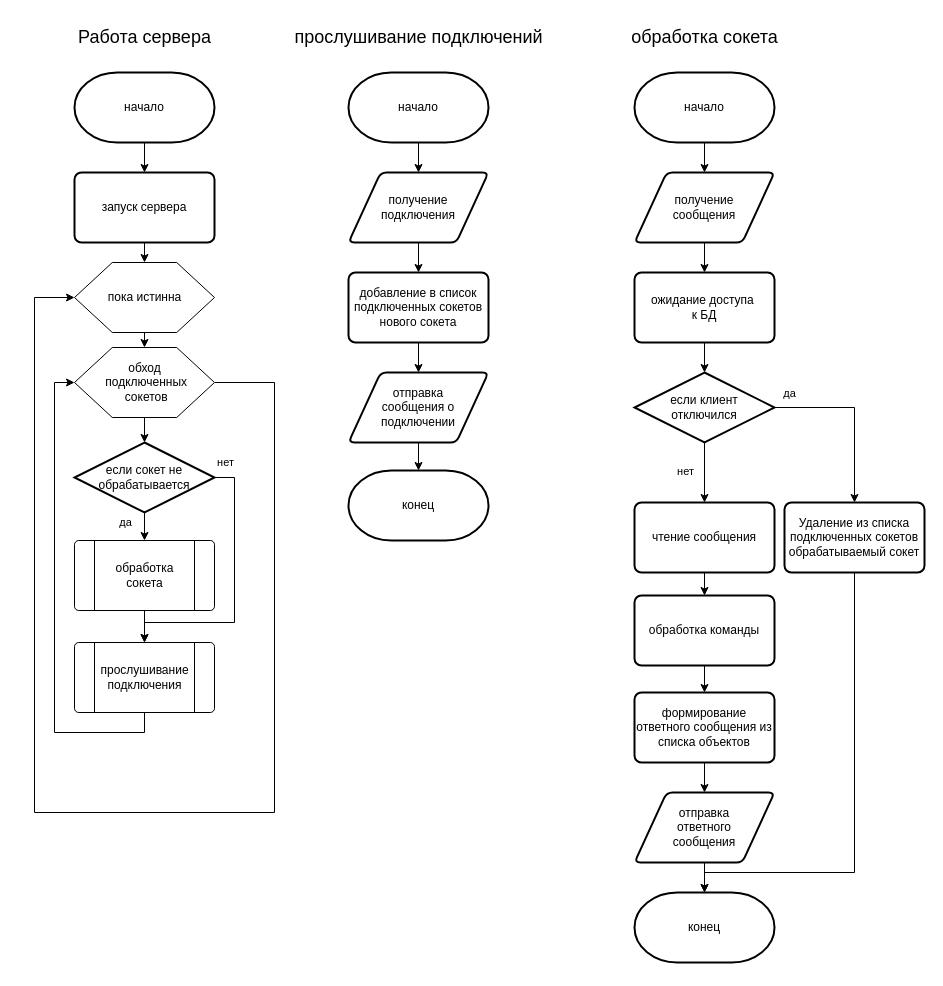
BMSTU2024/kusrwork-seti- keeps this draw.io diagram as блок-схема.drawio. Above is the earlier version. Source tidied: cells renumbered, new cells numbered last; positions are measured from the earlier drawing's top-left corner, leaving out a move shared by most shapes. Both pictures are drawn from the tidied source at 100%, with x=0, y=0 at pixel (34, 17).
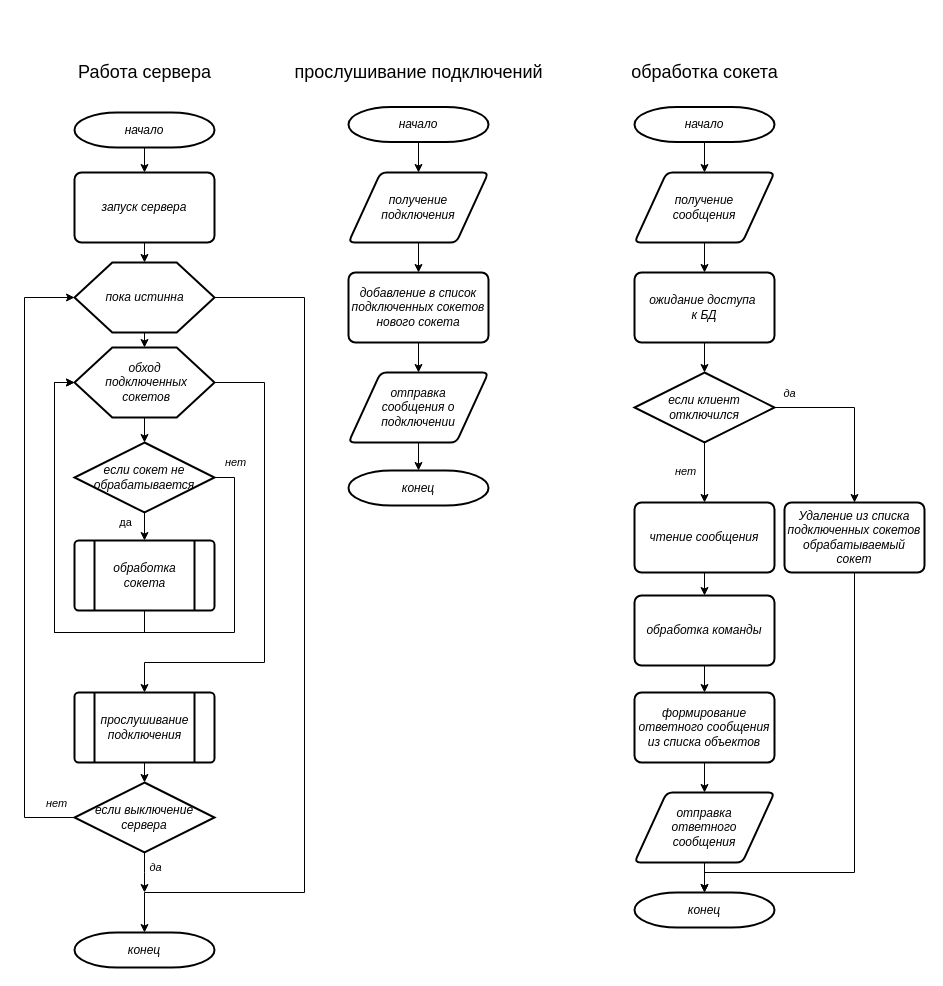
The same diagram, later.

Unchanged cells that the change refers to:
```xml
<mxCell id="42" style="edgeStyle=orthogonalEdgeStyle;rounded=0;jettySize=auto;html=1;exitX=0.5;exitY=1;exitDx=0;exitDy=0;exitPerimeter=0;entryX=0.5;entryY=0;entryDx=0;entryDy=0;" parent="1" edge="1" source="44" target="48">
  <mxGeometry relative="1" as="geometry" />
</mxCell>
```

The edit, as a diff of the source:
```diff
@@
-    <mxCell id="3" value="&lt;div&gt;начало&lt;/div&gt;" style="strokeWidth=2;html=1;shape=mxgraph.flowchart.terminator;whiteSpace=wrap;" parent="1" vertex="1">
-      <mxGeometry x="40" y="55" width="140" height="70" as="geometry" />
+    <mxCell id="3" value="&lt;div&gt;&lt;font face=&quot;Helvetica&quot;&gt;&lt;i&gt;начало&lt;/i&gt;&lt;/font&gt;&lt;/div&gt;" style="strokeWidth=2;html=1;shape=mxgraph.flowchart.terminator;whiteSpace=wrap;rotation=0;" parent="1" vertex="1">
+      <mxGeometry x="40" y="95" width="140" height="35" as="geometry" />
     </mxCell>
@@
-    <mxCell id="5" value="запуск сервера" style="rounded=1;whiteSpace=wrap;html=1;absoluteArcSize=1;arcSize=14;strokeWidth=2;" parent="1" vertex="1">
+    <mxCell id="5" value="&lt;i&gt;запуск сервера&lt;/i&gt;" style="rounded=1;whiteSpace=wrap;html=1;absoluteArcSize=1;arcSize=14;strokeWidth=2;" parent="1" vertex="1">
       <mxGeometry x="40" y="155" width="140" height="70" as="geometry" />
     </mxCell>
@@
-    <mxCell id="7" style="verticalLabelPosition=bottom;verticalAlign=top;html=1;shape=hexagon;perimeter=hexagonPerimeter2;arcSize=6;size=0.27;" parent="1" vertex="1">
+    <mxCell id="7" style="verticalLabelPosition=bottom;verticalAlign=top;html=1;shape=hexagon;perimeter=hexagonPerimeter2;arcSize=6;size=0.27;strokeWidth=2;" parent="1" vertex="1">
       <mxGeometry x="40" y="245" width="140" height="70" as="geometry" />
     </mxCell>
-    <mxCell id="8" value="пока истинна" style="text;html=1;align=center;verticalAlign=middle;strokeColor=none;fillColor=none;" parent="1" vertex="1">
+    <mxCell id="8" value="&lt;i&gt;пока истинна&lt;/i&gt;" style="text;html=1;align=center;verticalAlign=middle;strokeColor=none;fillColor=none;" parent="1" vertex="1">
       <mxGeometry x="60" y="265" width="100" height="30" as="geometry" />
     </mxCell>
-    <mxCell id="9" style="edgeStyle=orthogonalEdgeStyle;rounded=0;jettySize=auto;html=1;exitX=1;exitY=0.5;exitDx=0;exitDy=0;entryX=0;entryY=0.5;entryDx=0;entryDy=0;" parent="1" edge="1" source="10" target="7">
-      <mxGeometry relative="1" as="geometry">
-        <Array as="points">
-          <mxPoint x="240" y="365" />
-          <mxPoint x="240" y="795" />
-          <mxPoint y="795" />
-          <mxPoint y="280" />
-        </Array>
-      </mxGeometry>
-    </mxCell>
+    <mxCell id="58" style="edgeStyle=orthogonalEdgeStyle;rounded=0;jettySize=auto;html=1;exitX=1;exitY=0.5;exitDx=0;exitDy=0;entryX=0.5;entryY=0;entryDx=0;entryDy=0;" parent="1" edge="1" source="10" target="22">
+      <mxGeometry relative="1" as="geometry">
+        <Array as="points">
+          <mxPoint x="230" y="365" />
+          <mxPoint x="230" y="645" />
+          <mxPoint x="110" y="645" />
+        </Array>
+      </mxGeometry>
+    </mxCell>
-    <mxCell id="10" style="verticalLabelPosition=bottom;verticalAlign=top;html=1;shape=hexagon;perimeter=hexagonPerimeter2;arcSize=6;size=0.27;" parent="1" vertex="1">
+    <mxCell id="10" style="verticalLabelPosition=bottom;verticalAlign=top;html=1;shape=hexagon;perimeter=hexagonPerimeter2;arcSize=6;size=0.27;strokeWidth=2;" parent="1" vertex="1">
       <mxGeometry x="40" y="330" width="140" height="70" as="geometry" />
     </mxCell>
-    <mxCell id="11" value="&lt;div&gt;обход&lt;/div&gt;&lt;div&gt;&amp;nbsp;подключенных&lt;/div&gt;&lt;div&gt;&amp;nbsp;сокетов&lt;/div&gt;" style="text;html=1;align=center;verticalAlign=middle;strokeColor=none;fillColor=none;" parent="1" vertex="1">
+    <mxCell id="11" value="&lt;div&gt;&lt;i&gt;обход&lt;/i&gt;&lt;/div&gt;&lt;div&gt;&lt;i&gt;&amp;nbsp;подключенных&lt;/i&gt;&lt;/div&gt;&lt;div&gt;&lt;i&gt;&amp;nbsp;сокетов&lt;/i&gt;&lt;/div&gt;" style="text;html=1;align=center;verticalAlign=middle;strokeColor=none;fillColor=none;" parent="1" vertex="1">
       <mxGeometry x="55" y="335" width="110" height="60" as="geometry" />
     </mxCell>
@@
-    <mxCell id="14" style="edgeStyle=orthogonalEdgeStyle;rounded=0;jettySize=auto;html=1;exitX=1;exitY=0.5;exitDx=0;exitDy=0;exitPerimeter=0;entryX=0.5;entryY=0;entryDx=0;entryDy=0;" parent="1" edge="1" source="16" target="22">
-      <mxGeometry relative="1" as="geometry">
-        <Array as="points">
-          <mxPoint x="200" y="460" />
-          <mxPoint x="200" y="605" />
-          <mxPoint x="110" y="605" />
-        </Array>
-      </mxGeometry>
-    </mxCell>
-    <mxCell id="15" value="нет" style="edgeLabel;html=1;align=center;verticalAlign=middle;" parent="14" vertex="1">
-      <mxGeometry x="-0.67" y="-1" relative="1" as="geometry">
-        <mxPoint x="-9" y="-41" as="offset" />
-      </mxGeometry>
-    </mxCell>
+    <mxCell id="59" style="edgeStyle=orthogonalEdgeStyle;rounded=0;jettySize=auto;html=1;exitX=1;exitY=0.5;exitDx=0;exitDy=0;exitPerimeter=0;entryX=0;entryY=0.5;entryDx=0;entryDy=0;" parent="1" edge="1" source="16" target="10">
+      <mxGeometry relative="1" as="geometry">
+        <Array as="points">
+          <mxPoint x="200" y="460" />
+          <mxPoint x="200" y="615" />
+          <mxPoint x="20" y="615" />
+          <mxPoint x="20" y="365" />
+        </Array>
+      </mxGeometry>
+    </mxCell>
+    <mxCell id="60" value="&lt;i&gt;нет&lt;/i&gt;" style="edgeLabel;html=1;align=center;verticalAlign=middle;" parent="59" vertex="1">
+      <mxGeometry x="-0.74" y="3" relative="1" as="geometry">
+        <mxPoint x="-3" y="-77" as="offset" />
+      </mxGeometry>
+    </mxCell>
-    <mxCell id="16" value="&lt;div&gt;если сокет не обрабатывается&lt;br&gt;&lt;/div&gt;" style="strokeWidth=2;html=1;shape=mxgraph.flowchart.decision;whiteSpace=wrap;" parent="1" vertex="1">
+    <mxCell id="16" value="&lt;div&gt;&lt;i&gt;если сокет не обрабатывается&lt;br&gt;&lt;/i&gt;&lt;/div&gt;" style="strokeWidth=2;html=1;shape=mxgraph.flowchart.decision;whiteSpace=wrap;" parent="1" vertex="1">
       <mxGeometry x="40" y="425" width="140" height="70" as="geometry" />
     </mxCell>
@@
-    <mxCell id="18" style="edgeStyle=orthogonalEdgeStyle;rounded=0;jettySize=auto;html=1;exitX=0.5;exitY=1;exitDx=0;exitDy=0;entryX=0.5;entryY=0;entryDx=0;entryDy=0;" parent="1" edge="1" source="19" target="22">
-      <mxGeometry relative="1" as="geometry" />
-    </mxCell>
+    <mxCell id="61" style="edgeStyle=orthogonalEdgeStyle;rounded=0;jettySize=auto;html=1;exitX=0.5;exitY=1;exitDx=0;exitDy=0;entryX=0;entryY=0.5;entryDx=0;entryDy=0;" parent="1" edge="1" source="19" target="10">
+      <mxGeometry relative="1" as="geometry">
+        <Array as="points">
+          <mxPoint x="110" y="615" />
+          <mxPoint x="20" y="615" />
+          <mxPoint x="20" y="365" />
+        </Array>
+      </mxGeometry>
+    </mxCell>
-    <mxCell id="19" style="verticalLabelPosition=bottom;verticalAlign=top;html=1;shape=process;whiteSpace=wrap;rounded=1;size=0.14;arcSize=6;" parent="1" vertex="1">
+    <mxCell id="19" style="verticalLabelPosition=bottom;verticalAlign=top;html=1;shape=process;whiteSpace=wrap;rounded=1;size=0.14;arcSize=6;strokeWidth=2;" parent="1" vertex="1">
       <mxGeometry x="40" y="523" width="140" height="70" as="geometry" />
     </mxCell>
-    <mxCell id="20" value="&lt;div&gt;обработка&lt;/div&gt;&lt;div&gt;сокета&lt;/div&gt;" style="text;html=1;align=center;verticalAlign=middle;strokeColor=none;fillColor=none;" parent="1" vertex="1">
+    <mxCell id="20" value="&lt;div&gt;&lt;i&gt;обработка&lt;/i&gt;&lt;/div&gt;&lt;div&gt;&lt;i&gt;сокета&lt;/i&gt;&lt;/div&gt;" style="text;html=1;align=center;verticalAlign=middle;strokeColor=none;fillColor=none;" parent="1" vertex="1">
       <mxGeometry x="70" y="538" width="80" height="40" as="geometry" />
     </mxCell>
-    <mxCell id="21" style="edgeStyle=orthogonalEdgeStyle;rounded=0;jettySize=auto;html=1;exitX=0.5;exitY=1;exitDx=0;exitDy=0;entryX=0;entryY=0.5;entryDx=0;entryDy=0;" parent="1" edge="1" source="22" target="10">
-      <mxGeometry relative="1" as="geometry" />
-    </mxCell>
-    <mxCell id="22" style="verticalLabelPosition=bottom;verticalAlign=top;html=1;shape=process;whiteSpace=wrap;rounded=1;size=0.14;arcSize=6;" parent="1" vertex="1">
-      <mxGeometry x="40" y="625" width="140" height="70" as="geometry" />
+    <mxCell id="22" style="verticalLabelPosition=bottom;verticalAlign=top;html=1;shape=process;whiteSpace=wrap;rounded=1;size=0.14;arcSize=6;strokeWidth=2;" parent="1" vertex="1">
+      <mxGeometry x="40" y="675" width="140" height="70" as="geometry" />
     </mxCell>
-    <mxCell id="23" value="&lt;div&gt;прослушивание&lt;/div&gt;&lt;div&gt;подключения&lt;br&gt;&lt;/div&gt;" style="text;html=1;align=center;verticalAlign=middle;strokeColor=none;fillColor=none;" parent="1" vertex="1">
-      <mxGeometry x="55" y="640" width="110" height="40" as="geometry" />
+    <mxCell id="23" value="&lt;div&gt;&lt;i&gt;прослушивание&lt;/i&gt;&lt;/div&gt;&lt;div&gt;&lt;i&gt;подключения&lt;br&gt;&lt;/i&gt;&lt;/div&gt;" style="text;html=1;align=center;verticalAlign=middle;strokeColor=none;fillColor=none;" parent="1" vertex="1">
+      <mxGeometry x="55" y="690" width="110" height="40" as="geometry" />
     </mxCell>
     <mxCell id="24" value="&lt;font style=&quot;font-size: 18px;&quot;&gt;Работа сервера&lt;/font&gt;" style="text;html=1;align=center;verticalAlign=middle;strokeColor=none;fillColor=none;" parent="1" vertex="1">
-      <mxGeometry x="30" width="160" height="40" as="geometry" />
+      <mxGeometry x="30" y="34.5" width="160" height="40" as="geometry" />
     </mxCell>
@@
-    <mxCell id="26" value="&lt;div&gt;начало&lt;/div&gt;" style="strokeWidth=2;html=1;shape=mxgraph.flowchart.terminator;whiteSpace=wrap;" parent="1" vertex="1">
-      <mxGeometry x="314" y="55" width="140" height="70" as="geometry" />
+    <mxCell id="26" value="&lt;div&gt;&lt;i&gt;начало&lt;/i&gt;&lt;/div&gt;" style="strokeWidth=2;html=1;shape=mxgraph.flowchart.terminator;whiteSpace=wrap;rotation=0;" parent="1" vertex="1">
+      <mxGeometry x="314" y="89.5" width="140" height="35" as="geometry" />
     </mxCell>
     <mxCell id="27" value="&lt;font style=&quot;font-size: 18px;&quot;&gt;прослушивание подключений&lt;/font&gt;" style="text;html=1;align=center;verticalAlign=middle;strokeColor=none;fillColor=none;" parent="1" vertex="1">
-      <mxGeometry x="249" width="270" height="40" as="geometry" />
+      <mxGeometry x="249" y="34.5" width="270" height="40" as="geometry" />
     </mxCell>
@@
-    <mxCell id="29" value="&lt;div&gt;получение&lt;/div&gt;&lt;div&gt;подключения&lt;/div&gt;" style="shape=parallelogram;html=1;strokeWidth=2;perimeter=parallelogramPerimeter;whiteSpace=wrap;rounded=1;arcSize=12;size=0.23;" parent="1" vertex="1">
+    <mxCell id="29" value="&lt;div&gt;&lt;i&gt;получение&lt;/i&gt;&lt;/div&gt;&lt;div&gt;&lt;i&gt;подключения&lt;/i&gt;&lt;/div&gt;" style="shape=parallelogram;html=1;strokeWidth=2;perimeter=parallelogramPerimeter;whiteSpace=wrap;rounded=1;arcSize=12;size=0.23;" parent="1" vertex="1">
       <mxGeometry x="314" y="155" width="140" height="70" as="geometry" />
     </mxCell>
@@
-    <mxCell id="31" value="&lt;div&gt;добавление в список&lt;/div&gt;&lt;div&gt;подключенных сокетов&lt;/div&gt;&lt;div&gt;нового сокета&lt;br&gt;&lt;/div&gt;" style="rounded=1;whiteSpace=wrap;html=1;absoluteArcSize=1;arcSize=14;strokeWidth=2;" parent="1" vertex="1">
+    <mxCell id="31" value="&lt;div&gt;&lt;i&gt;добавление в список&lt;/i&gt;&lt;/div&gt;&lt;div&gt;&lt;i&gt;подключенных сокетов&lt;/i&gt;&lt;/div&gt;&lt;div&gt;&lt;i&gt;нового сокета&lt;br&gt;&lt;/i&gt;&lt;/div&gt;" style="rounded=1;whiteSpace=wrap;html=1;absoluteArcSize=1;arcSize=14;strokeWidth=2;" parent="1" vertex="1">
       <mxGeometry x="314" y="255" width="140" height="70" as="geometry" />
     </mxCell>
-    <mxCell id="32" value="&lt;div&gt;отправка&lt;/div&gt;&lt;div&gt;сообщения о&lt;/div&gt;&lt;div&gt;подключении&lt;br&gt;&lt;/div&gt;" style="shape=parallelogram;html=1;strokeWidth=2;perimeter=parallelogramPerimeter;whiteSpace=wrap;rounded=1;arcSize=12;size=0.23;" parent="1" vertex="1">
+    <mxCell id="32" value="&lt;div&gt;&lt;i&gt;отправка&lt;/i&gt;&lt;/div&gt;&lt;div&gt;&lt;i&gt;сообщения о&lt;/i&gt;&lt;/div&gt;&lt;div&gt;&lt;i&gt;подключении&lt;br&gt;&lt;/i&gt;&lt;/div&gt;" style="shape=parallelogram;html=1;strokeWidth=2;perimeter=parallelogramPerimeter;whiteSpace=wrap;rounded=1;arcSize=12;size=0.23;" parent="1" vertex="1">
       <mxGeometry x="314" y="355" width="140" height="70" as="geometry" />
     </mxCell>
-    <mxCell id="33" value="конец" style="strokeWidth=2;html=1;shape=mxgraph.flowchart.terminator;whiteSpace=wrap;" parent="1" vertex="1">
-      <mxGeometry x="314" y="453" width="140" height="70" as="geometry" />
+    <mxCell id="33" value="&lt;i&gt;конец&lt;/i&gt;" style="strokeWidth=2;html=1;shape=mxgraph.flowchart.terminator;whiteSpace=wrap;rotation=0;" parent="1" vertex="1">
+      <mxGeometry x="314" y="453" width="140" height="35" as="geometry" />
     </mxCell>
@@
-    <mxCell id="36" value="&lt;div&gt;начало&lt;/div&gt;" style="strokeWidth=2;html=1;shape=mxgraph.flowchart.terminator;whiteSpace=wrap;" parent="1" vertex="1">
-      <mxGeometry x="600" y="55" width="140" height="70" as="geometry" />
+    <mxCell id="36" value="&lt;div&gt;&lt;i&gt;начало&lt;/i&gt;&lt;/div&gt;" style="strokeWidth=2;html=1;shape=mxgraph.flowchart.terminator;whiteSpace=wrap;rotation=0;" parent="1" vertex="1">
+      <mxGeometry x="600" y="89.5" width="140" height="35" as="geometry" />
     </mxCell>
@@
-    <mxCell id="38" value="&lt;div&gt;получение&lt;/div&gt;&lt;div&gt;сообщения&lt;br&gt;&lt;/div&gt;" style="shape=parallelogram;html=1;strokeWidth=2;perimeter=parallelogramPerimeter;whiteSpace=wrap;rounded=1;arcSize=12;size=0.23;" parent="1" vertex="1">
+    <mxCell id="38" value="&lt;div&gt;&lt;i&gt;получение&lt;/i&gt;&lt;/div&gt;&lt;div&gt;&lt;i&gt;сообщения&lt;br&gt;&lt;/i&gt;&lt;/div&gt;" style="shape=parallelogram;html=1;strokeWidth=2;perimeter=parallelogramPerimeter;whiteSpace=wrap;rounded=1;arcSize=12;size=0.23;" parent="1" vertex="1">
       <mxGeometry x="600" y="155" width="140" height="70" as="geometry" />
     </mxCell>
-    <mxCell id="39" value="&lt;div&gt;ожидание доступа&amp;nbsp;&lt;/div&gt;&lt;div&gt;к БД&lt;/div&gt;" style="rounded=1;whiteSpace=wrap;html=1;absoluteArcSize=1;arcSize=14;strokeWidth=2;" parent="1" vertex="1">
+    <mxCell id="39" value="&lt;div&gt;&lt;i&gt;ожидание доступа&amp;nbsp;&lt;/i&gt;&lt;/div&gt;&lt;div&gt;&lt;i&gt;к БД&lt;/i&gt;&lt;/div&gt;" style="rounded=1;whiteSpace=wrap;html=1;absoluteArcSize=1;arcSize=14;strokeWidth=2;" parent="1" vertex="1">
       <mxGeometry x="600" y="255" width="140" height="70" as="geometry" />
     </mxCell>
-    <mxCell id="40" style="edgeStyle=orthogonalEdgeStyle;rounded=0;jettySize=auto;html=1;exitX=1;exitY=0.5;exitDx=0;exitDy=0;exitPerimeter=0;entryX=0.5;entryY=0;entryDx=0;entryDy=0;" parent="1" edge="1" source="44" target="45">
-      <mxGeometry relative="1" as="geometry" />
-    </mxCell>
-    <mxCell id="41" value="да" style="edgeLabel;html=1;align=center;verticalAlign=middle;" parent="40" vertex="1">
-      <mxGeometry x="-0.84" relative="1" as="geometry">
-        <mxPoint y="-15" as="offset" />
-      </mxGeometry>
-    </mxCell>
@@
-    <mxCell id="43" value="&lt;div&gt;нет&lt;/div&gt;" style="edgeLabel;html=1;align=center;verticalAlign=middle;" parent="42" vertex="1">
+    <mxCell id="43" value="&lt;div&gt;&lt;i&gt;нет&lt;/i&gt;&lt;/div&gt;" style="edgeLabel;html=1;align=center;verticalAlign=middle;" parent="42" vertex="1">
       <mxGeometry x="-0.13" relative="1" as="geometry">
         <mxPoint x="-20" y="2" as="offset" />
       </mxGeometry>
     </mxCell>
-    <mxCell id="44" value="&lt;div&gt;если клиент&lt;/div&gt;&lt;div&gt;отключился&lt;/div&gt;" style="strokeWidth=2;html=1;shape=mxgraph.flowchart.decision;whiteSpace=wrap;" parent="1" vertex="1">
+    <mxCell id="44" value="&lt;div&gt;&lt;i&gt;если клиент&lt;/i&gt;&lt;/div&gt;&lt;div&gt;&lt;i&gt;отключился&lt;/i&gt;&lt;/div&gt;" style="strokeWidth=2;html=1;shape=mxgraph.flowchart.decision;whiteSpace=wrap;" parent="1" vertex="1">
       <mxGeometry x="600" y="355" width="140" height="70" as="geometry" />
     </mxCell>
-    <mxCell id="45" value="&lt;div&gt;Удаление из списка&lt;/div&gt;&lt;div&gt;подключенных сокетов&lt;/div&gt;&lt;div&gt;обрабатываемый сокет&lt;br&gt;&lt;/div&gt;" style="rounded=1;whiteSpace=wrap;html=1;absoluteArcSize=1;arcSize=14;strokeWidth=2;" parent="1" vertex="1">
+    <mxCell id="45" value="&lt;div&gt;&lt;i&gt;Удаление из списка&lt;/i&gt;&lt;/div&gt;&lt;div&gt;&lt;i&gt;подключенных сокетов&lt;/i&gt;&lt;/div&gt;&lt;div&gt;&lt;i&gt;обрабатываемый сокет&lt;br&gt;&lt;/i&gt;&lt;/div&gt;" style="rounded=1;whiteSpace=wrap;html=1;absoluteArcSize=1;arcSize=14;strokeWidth=2;" parent="1" vertex="1">
       <mxGeometry x="750" y="485" width="140" height="70" as="geometry" />
     </mxCell>
@@
-    <mxCell id="48" value="чтение сообщения" style="rounded=1;whiteSpace=wrap;html=1;absoluteArcSize=1;arcSize=14;strokeWidth=2;" parent="1" vertex="1">
+    <mxCell id="48" value="&lt;i&gt;чтение сообщения&lt;/i&gt;" style="rounded=1;whiteSpace=wrap;html=1;absoluteArcSize=1;arcSize=14;strokeWidth=2;" parent="1" vertex="1">
       <mxGeometry x="600" y="485" width="140" height="70" as="geometry" />
     </mxCell>
@@
-    <mxCell id="50" value="обработка команды" style="rounded=1;whiteSpace=wrap;html=1;absoluteArcSize=1;arcSize=14;strokeWidth=2;" parent="1" vertex="1">
+    <mxCell id="50" value="&lt;i&gt;обработка команды&lt;/i&gt;" style="rounded=1;whiteSpace=wrap;html=1;absoluteArcSize=1;arcSize=14;strokeWidth=2;" parent="1" vertex="1">
       <mxGeometry x="600" y="578" width="140" height="70" as="geometry" />
     </mxCell>
@@
-    <mxCell id="52" value="формирование ответного сообщения из списка объектов" style="rounded=1;whiteSpace=wrap;html=1;absoluteArcSize=1;arcSize=14;strokeWidth=2;" parent="1" vertex="1">
+    <mxCell id="52" value="&lt;i&gt;формирование ответного сообщения из списка объектов&lt;/i&gt;" style="rounded=1;whiteSpace=wrap;html=1;absoluteArcSize=1;arcSize=14;strokeWidth=2;" parent="1" vertex="1">
       <mxGeometry x="600" y="675" width="140" height="70" as="geometry" />
     </mxCell>
-    <mxCell id="53" value="&lt;div&gt;отправка&lt;/div&gt;&lt;div&gt;ответного&lt;/div&gt;&lt;div&gt;сообщения&lt;br&gt;&lt;/div&gt;" style="shape=parallelogram;html=1;strokeWidth=2;perimeter=parallelogramPerimeter;whiteSpace=wrap;rounded=1;arcSize=12;size=0.23;" parent="1" vertex="1">
+    <mxCell id="53" value="&lt;div&gt;&lt;i&gt;отправка&lt;/i&gt;&lt;/div&gt;&lt;div&gt;&lt;i&gt;ответного&lt;/i&gt;&lt;/div&gt;&lt;div&gt;&lt;i&gt;сообщения&lt;br&gt;&lt;/i&gt;&lt;/div&gt;" style="shape=parallelogram;html=1;strokeWidth=2;perimeter=parallelogramPerimeter;whiteSpace=wrap;rounded=1;arcSize=12;size=0.23;" parent="1" vertex="1">
       <mxGeometry x="600" y="775" width="140" height="70" as="geometry" />
     </mxCell>
-    <mxCell id="54" value="конец" style="strokeWidth=2;html=1;shape=mxgraph.flowchart.terminator;whiteSpace=wrap;" parent="1" vertex="1">
-      <mxGeometry x="600" y="875" width="140" height="70" as="geometry" />
+    <mxCell id="54" value="&lt;i&gt;конец&lt;/i&gt;" style="strokeWidth=2;html=1;shape=mxgraph.flowchart.terminator;whiteSpace=wrap;rotation=0;" parent="1" vertex="1">
+      <mxGeometry x="600" y="875" width="140" height="35" as="geometry" />
     </mxCell>
@@
     <mxCell id="57" value="&lt;font style=&quot;font-size: 18px;&quot;&gt;обработка сокета&lt;/font&gt;" style="text;html=1;align=center;verticalAlign=middle;strokeColor=none;fillColor=none;" parent="1" vertex="1">
-      <mxGeometry x="585" width="170" height="40" as="geometry" />
+      <mxGeometry x="585" y="34.5" width="170" height="40" as="geometry" />
     </mxCell>
+    <mxCell id="40" style="edgeStyle=orthogonalEdgeStyle;rounded=0;jettySize=auto;html=1;exitX=1;exitY=0.5;exitDx=0;exitDy=0;exitPerimeter=0;entryX=0.5;entryY=0;entryDx=0;entryDy=0;" parent="1" edge="1" source="44" target="45">
+      <mxGeometry relative="1" as="geometry" />
+    </mxCell>
+    <mxCell id="41" value="&lt;i&gt;да&lt;/i&gt;" style="edgeLabel;html=1;align=center;verticalAlign=middle;" parent="40" vertex="1">
+      <mxGeometry x="-0.84" relative="1" as="geometry">
+        <mxPoint y="-15" as="offset" />
+      </mxGeometry>
+    </mxCell>
+    <mxCell id="62" value="&lt;i&gt;конец&lt;/i&gt;" style="strokeWidth=2;html=1;shape=mxgraph.flowchart.terminator;whiteSpace=wrap;rotation=0;" parent="1" vertex="1">
+      <mxGeometry x="40" y="915" width="140" height="35" as="geometry" />
+    </mxCell>
+    <mxCell id="63" style="edgeStyle=orthogonalEdgeStyle;rounded=0;jettySize=auto;html=1;exitX=0;exitY=0.5;exitDx=0;exitDy=0;exitPerimeter=0;entryX=0;entryY=0.5;entryDx=0;entryDy=0;" parent="1" edge="1" source="67" target="7">
+      <mxGeometry relative="1" as="geometry">
+        <Array as="points">
+          <mxPoint x="-10" y="800" />
+          <mxPoint x="-10" y="280" />
+        </Array>
+      </mxGeometry>
+    </mxCell>
+    <mxCell id="64" value="&lt;i&gt;нет&lt;/i&gt;" style="edgeLabel;html=1;align=center;verticalAlign=middle;" parent="63" vertex="1">
+      <mxGeometry x="-0.94" y="-5" relative="1" as="geometry">
+        <mxPoint y="-10" as="offset" />
+      </mxGeometry>
+    </mxCell>
+    <mxCell id="65" style="edgeStyle=orthogonalEdgeStyle;rounded=0;jettySize=auto;html=1;exitX=0.5;exitY=1;exitDx=0;exitDy=0;exitPerimeter=0;" parent="1" edge="1" source="67">
+      <mxGeometry relative="1" as="geometry">
+        <mxPoint x="110" y="875" as="targetPoint" />
+      </mxGeometry>
+    </mxCell>
+    <mxCell id="66" value="&lt;i&gt;да&lt;/i&gt;" style="edgeLabel;html=1;align=center;verticalAlign=middle;" parent="65" vertex="1">
+      <mxGeometry x="-0.32" relative="1" as="geometry">
+        <mxPoint x="10" as="offset" />
+      </mxGeometry>
+    </mxCell>
+    <mxCell id="67" value="&lt;div&gt;&lt;i&gt;если выключение&lt;/i&gt;&lt;/div&gt;&lt;div&gt;&lt;i&gt;сервера&lt;br&gt;&lt;/i&gt;&lt;/div&gt;" style="strokeWidth=2;html=1;shape=mxgraph.flowchart.decision;whiteSpace=wrap;" parent="1" vertex="1">
+      <mxGeometry x="40" y="765" width="140" height="70" as="geometry" />
+    </mxCell>
+    <mxCell id="68" style="edgeStyle=orthogonalEdgeStyle;rounded=0;jettySize=auto;html=1;exitX=0.5;exitY=1;exitDx=0;exitDy=0;entryX=0.5;entryY=0;entryDx=0;entryDy=0;entryPerimeter=0;" parent="1" edge="1" source="22" target="67">
+      <mxGeometry relative="1" as="geometry" />
+    </mxCell>
+    <mxCell id="69" style="edgeStyle=orthogonalEdgeStyle;rounded=0;jettySize=auto;html=1;exitX=1;exitY=0.5;exitDx=0;exitDy=0;entryX=0.5;entryY=0;entryDx=0;entryDy=0;entryPerimeter=0;" parent="1" edge="1" source="7" target="62">
+      <mxGeometry relative="1" as="geometry">
+        <Array as="points">
+          <mxPoint x="270" y="280" />
+          <mxPoint x="270" y="875" />
+          <mxPoint x="110" y="875" />
+        </Array>
+      </mxGeometry>
+    </mxCell>
```
